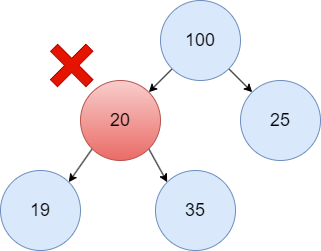
Above: algrithem/heap_strengthen_heap3.drawio.png in muxicode/c153080686 (draw.io), before the change. Source tidied: cells renumbered, new cells last; positions are measured from the earlier drawing's top-left corner, leaving out a move shared by most shapes. The source it was exported from:
```xml
<mxGraphModel>
  <root>
    <mxCell id="0" />
    <mxCell id="1" parent="0" />
    <mxCell id="2" style="rounded=0;jettySize=auto;html=1;exitX=0;exitY=1;exitDx=0;exitDy=0;entryX=1;entryY=0;entryDx=0;entryDy=0;" parent="1" edge="1" source="4" target="7">
      <mxGeometry relative="1" as="geometry" />
    </mxCell>
    <mxCell id="3" style="rounded=0;jettySize=auto;html=1;exitX=1;exitY=1;exitDx=0;exitDy=0;entryX=0;entryY=0;entryDx=0;entryDy=0;" parent="1" edge="1" source="4" target="10">
      <mxGeometry relative="1" as="geometry" />
    </mxCell>
    <mxCell id="4" value="&lt;font style=&quot;font-size: 18px;&quot;&gt;100&lt;/font&gt;" style="ellipse;whiteSpace=wrap;html=1;fillColor=#dae8fc;strokeColor=#6c8ebf;" parent="1" vertex="1">
      <mxGeometry x="160" width="80" height="80" as="geometry" />
    </mxCell>
    <mxCell id="5" style="rounded=0;jettySize=auto;html=1;exitX=0;exitY=1;exitDx=0;exitDy=0;entryX=1;entryY=0;entryDx=0;entryDy=0;" parent="1" edge="1" source="7" target="8">
      <mxGeometry relative="1" as="geometry" />
    </mxCell>
    <mxCell id="6" style="rounded=0;jettySize=auto;html=1;exitX=1;exitY=1;exitDx=0;exitDy=0;entryX=0;entryY=0;entryDx=0;entryDy=0;" parent="1" edge="1" source="7" target="9">
      <mxGeometry relative="1" as="geometry" />
    </mxCell>
    <mxCell id="7" value="&lt;font style=&quot;font-size: 18px;&quot;&gt;20&lt;/font&gt;" style="ellipse;whiteSpace=wrap;html=1;fillColor=#f8cecc;strokeColor=#b85450;gradientColor=#ea6b66;" parent="1" vertex="1">
      <mxGeometry x="80" y="80" width="80" height="80" as="geometry" />
    </mxCell>
    <mxCell id="8" value="&lt;font style=&quot;font-size: 18px;&quot;&gt;19&lt;/font&gt;" style="ellipse;whiteSpace=wrap;html=1;fillColor=#dae8fc;strokeColor=#6c8ebf;" parent="1" vertex="1">
      <mxGeometry y="170" width="80" height="80" as="geometry" />
    </mxCell>
    <mxCell id="9" value="&lt;font style=&quot;font-size: 18px;&quot;&gt;35&lt;/font&gt;" style="ellipse;whiteSpace=wrap;html=1;fillColor=#dae8fc;strokeColor=#6c8ebf;" parent="1" vertex="1">
      <mxGeometry x="155" y="170" width="80" height="80" as="geometry" />
    </mxCell>
    <mxCell id="10" value="&lt;font style=&quot;font-size: 18px;&quot;&gt;25&lt;/font&gt;" style="ellipse;whiteSpace=wrap;html=1;fillColor=#dae8fc;strokeColor=#6c8ebf;" parent="1" vertex="1">
      <mxGeometry x="240" y="80" width="80" height="80" as="geometry" />
    </mxCell>
    <mxCell id="11" style="shape=cross;whiteSpace=wrap;html=1;direction=west;rotation=-45;fillColor=#e51400;strokeColor=#B20000;fontColor=#ffffff;" parent="1" vertex="1">
      <mxGeometry x="46.2" y="40" width="50" height="50" as="geometry" />
    </mxCell>
  </root>
</mxGraphModel>
```
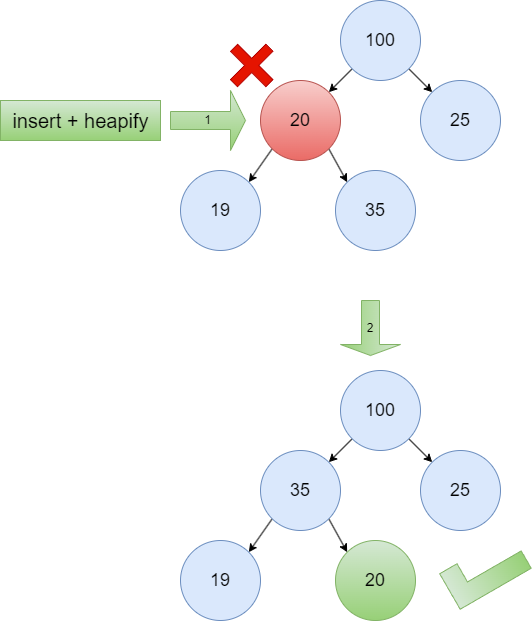
After the change.

The edit, as a diff of the source:
```diff
@@ -32,5 +32,44 @@
     <mxCell id="11" style="shape=cross;whiteSpace=wrap;html=1;direction=west;rotation=-45;fillColor=#e51400;strokeColor=#B20000;fontColor=#ffffff;" parent="1" vertex="1">
       <mxGeometry x="46.2" y="40" width="50" height="50" as="geometry" />
     </mxCell>
+    <mxCell id="12" value="&lt;font style=&quot;font-size: 20px;&quot;&gt;insert + heapify&lt;/font&gt;" style="text;html=1;align=center;verticalAlign=middle;strokeColor=#82b366;fillColor=#d5e8d4;fontSize=20;gradientColor=#97d077;" parent="1" vertex="1">
+      <mxGeometry x="-180" y="100" width="160" height="40" as="geometry" />
+    </mxCell>
+    <mxCell id="13" style="rounded=0;jettySize=auto;html=1;exitX=0;exitY=1;exitDx=0;exitDy=0;entryX=1;entryY=0;entryDx=0;entryDy=0;" parent="1" edge="1" source="15" target="18">
+      <mxGeometry relative="1" as="geometry" />
+    </mxCell>
+    <mxCell id="14" style="rounded=0;jettySize=auto;html=1;exitX=1;exitY=1;exitDx=0;exitDy=0;entryX=0;entryY=0;entryDx=0;entryDy=0;" parent="1" edge="1" source="15" target="21">
+      <mxGeometry relative="1" as="geometry" />
+    </mxCell>
+    <mxCell id="15" value="&lt;font style=&quot;font-size: 18px;&quot;&gt;100&lt;/font&gt;" style="ellipse;whiteSpace=wrap;html=1;fillColor=#dae8fc;strokeColor=#6c8ebf;" parent="1" vertex="1">
+      <mxGeometry x="160" y="370" width="80" height="80" as="geometry" />
+    </mxCell>
+    <mxCell id="16" style="rounded=0;jettySize=auto;html=1;exitX=0;exitY=1;exitDx=0;exitDy=0;entryX=1;entryY=0;entryDx=0;entryDy=0;" parent="1" edge="1" source="18" target="19">
+      <mxGeometry relative="1" as="geometry" />
+    </mxCell>
+    <mxCell id="17" style="rounded=0;jettySize=auto;html=1;exitX=1;exitY=1;exitDx=0;exitDy=0;entryX=0;entryY=0;entryDx=0;entryDy=0;" parent="1" edge="1" source="18" target="20">
+      <mxGeometry relative="1" as="geometry" />
+    </mxCell>
+    <mxCell id="18" value="&lt;font style=&quot;font-size: 18px;&quot;&gt;35&lt;/font&gt;" style="ellipse;whiteSpace=wrap;html=1;fillColor=#dae8fc;strokeColor=#6c8ebf;" parent="1" vertex="1">
+      <mxGeometry x="80" y="450" width="80" height="80" as="geometry" />
+    </mxCell>
+    <mxCell id="19" value="&lt;font style=&quot;font-size: 18px;&quot;&gt;19&lt;/font&gt;" style="ellipse;whiteSpace=wrap;html=1;fillColor=#dae8fc;strokeColor=#6c8ebf;" parent="1" vertex="1">
+      <mxGeometry y="540" width="80" height="80" as="geometry" />
+    </mxCell>
+    <mxCell id="20" value="&lt;font style=&quot;font-size: 18px;&quot;&gt;20&lt;/font&gt;" style="ellipse;whiteSpace=wrap;html=1;fillColor=#d5e8d4;strokeColor=#82b366;gradientColor=#97d077;" parent="1" vertex="1">
+      <mxGeometry x="155" y="540" width="80" height="80" as="geometry" />
+    </mxCell>
+    <mxCell id="21" value="&lt;font style=&quot;font-size: 18px;&quot;&gt;25&lt;/font&gt;" style="ellipse;whiteSpace=wrap;html=1;fillColor=#dae8fc;strokeColor=#6c8ebf;" parent="1" vertex="1">
+      <mxGeometry x="240" y="450" width="80" height="80" as="geometry" />
+    </mxCell>
+    <mxCell id="22" style="shape=corner;whiteSpace=wrap;html=1;direction=north;rotation=-30;fillColor=#d5e8d4;gradientColor=#97d077;strokeColor=#82b366;" parent="1" vertex="1">
+      <mxGeometry x="264" y="550" width="82" height="41" as="geometry" />
+    </mxCell>
+    <mxCell id="23" value="1" style="shape=singleArrow;whiteSpace=wrap;html=1;fillColor=#d5e8d4;gradientColor=#97d077;strokeColor=#82b366;" parent="1" vertex="1">
+      <mxGeometry x="-10" y="90" width="75" height="60" as="geometry" />
+    </mxCell>
+    <mxCell id="24" value="2" style="shape=singleArrow;whiteSpace=wrap;html=1;fillColor=#d5e8d4;gradientColor=#97d077;strokeColor=#82b366;direction=south;" parent="1" vertex="1">
+      <mxGeometry x="160" y="300" width="60" height="55" as="geometry" />
+    </mxCell>
   </root>
 </mxGraphModel>
```
